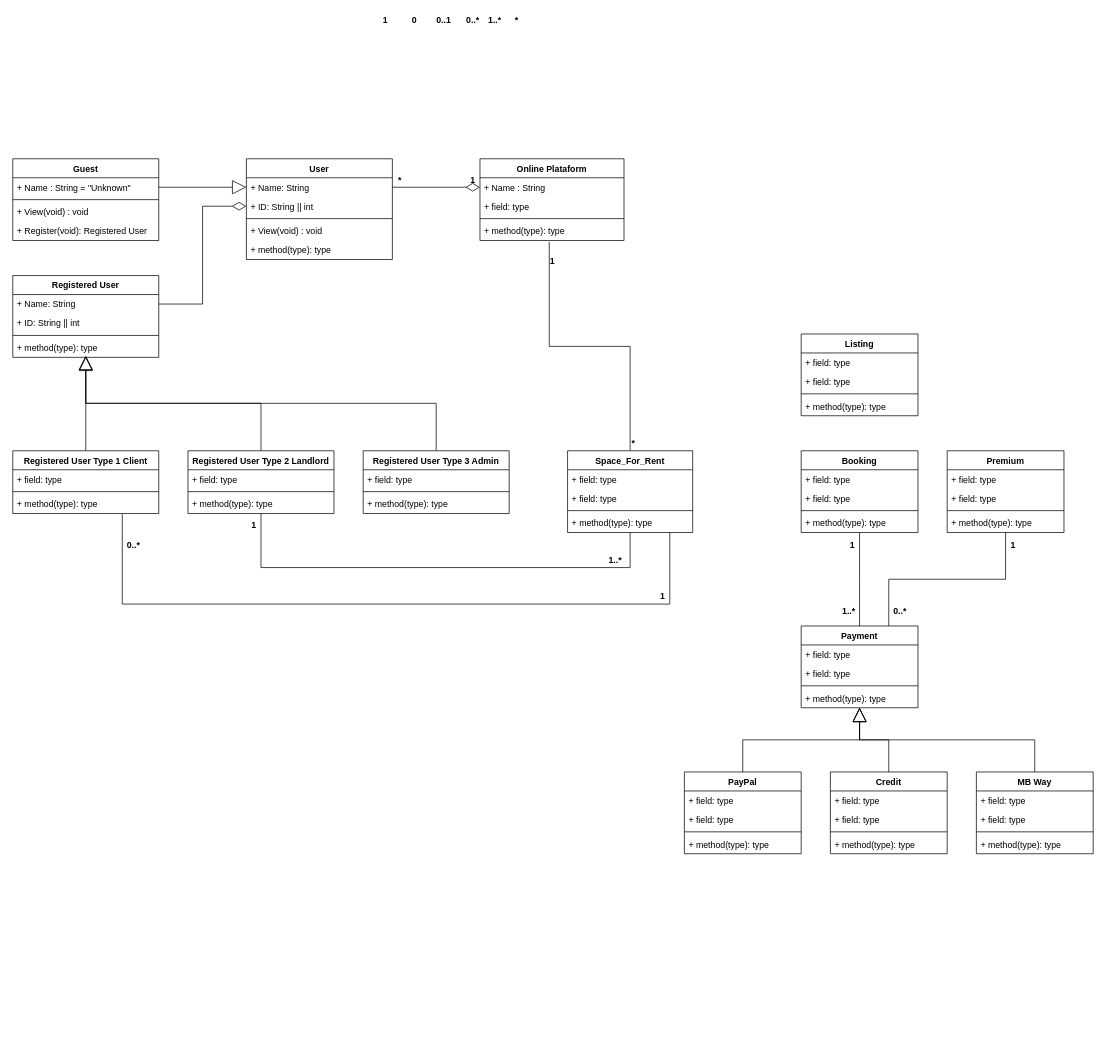
This is page "Class Diagram" (3 of 3) of documentation/elaboration/models - Copy.drawio from DavidAraujo98/CoworkClub, a draw.io file, before an edit. Source tidied: cells renumbered, new cells numbered last; positions are measured from the earlier drawing's top-left corner, leaving out a move shared by most shapes. Both pictures are drawn from the tidied source at 73%, with x=0, y=0 at pixel (12, 12).
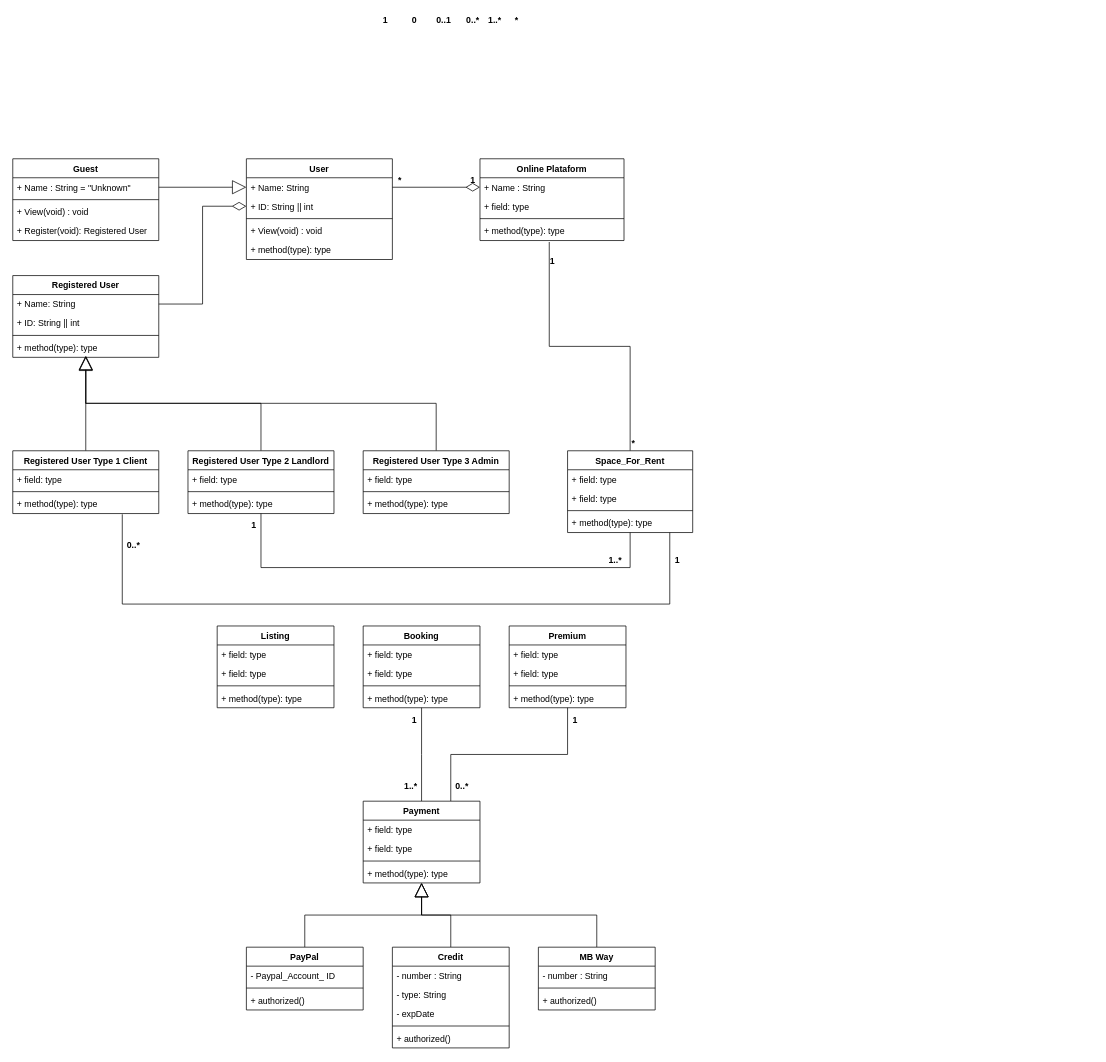
The same diagram, later.

Diff of the diagram source:
```diff
@@
     <mxCell id="48" value="Payment" style="swimlane;fontStyle=1;align=center;verticalAlign=top;horizontal=1;startSize=26;" parent="1" vertex="1">
-      <mxGeometry x="1080" y="840" width="160" height="112" as="geometry" />
+      <mxGeometry x="480" y="1080" width="160" height="112" as="geometry" />
     </mxCell>
@@
     <mxCell id="69" value="&lt;b&gt;1&lt;/b&gt;" style="text;html=1;align=center;verticalAlign=middle;fillColor=none;strokeColor=none;rounded=0;" parent="1" vertex="1">
-      <mxGeometry x="880" y="790" width="20" height="20" as="geometry" />
+      <mxGeometry x="900" y="740" width="20" height="20" as="geometry" />
     </mxCell>
@@
     <mxCell id="71" value="Premium" style="swimlane;fontStyle=1;align=center;verticalAlign=top;horizontal=1;startSize=26;" parent="1" vertex="1">
-      <mxGeometry x="1280" y="600" width="160" height="112" as="geometry" />
+      <mxGeometry x="680" y="840" width="160" height="112" as="geometry" />
     </mxCell>
@@
     <mxCell id="76" value="Booking" style="swimlane;fontStyle=1;align=center;verticalAlign=top;horizontal=1;startSize=26;" parent="1" vertex="1">
-      <mxGeometry x="1080" y="600" width="160" height="112" as="geometry" />
+      <mxGeometry x="480" y="840" width="160" height="112" as="geometry" />
     </mxCell>
@@
     <mxCell id="81" value="&lt;b&gt;1&lt;/b&gt;" style="text;html=1;align=center;verticalAlign=middle;fillColor=none;strokeColor=none;rounded=0;" parent="1" vertex="1">
-      <mxGeometry x="1140" y="720" width="20" height="20" as="geometry" />
+      <mxGeometry x="540" y="960" width="20" height="20" as="geometry" />
     </mxCell>
     <mxCell id="82" value="&lt;b&gt;1..*&lt;/b&gt;" style="text;html=1;align=center;verticalAlign=middle;fillColor=none;strokeColor=none;rounded=0;" parent="1" vertex="1">
-      <mxGeometry x="1130" y="810" width="30" height="20" as="geometry" />
+      <mxGeometry x="530" y="1050" width="30" height="20" as="geometry" />
     </mxCell>
     <mxCell id="83" value="&lt;b&gt;1&lt;/b&gt;" style="text;html=1;align=center;verticalAlign=middle;fillColor=none;strokeColor=none;rounded=0;" parent="1" vertex="1">
-      <mxGeometry x="1360" y="720" width="20" height="20" as="geometry" />
+      <mxGeometry x="760" y="960" width="20" height="20" as="geometry" />
     </mxCell>
     <mxCell id="84" value="&lt;b&gt;0..*&lt;/b&gt;" style="text;html=1;align=center;verticalAlign=middle;fillColor=none;strokeColor=none;rounded=0;" parent="1" vertex="1">
-      <mxGeometry x="1200" y="810" width="30" height="20" as="geometry" />
+      <mxGeometry x="600" y="1050" width="30" height="20" as="geometry" />
     </mxCell>
@@
     <mxCell id="86" value="PayPal" style="swimlane;fontStyle=1;align=center;verticalAlign=top;horizontal=1;startSize=26;" parent="1" vertex="1">
-      <mxGeometry x="920" y="1040" width="160" height="112" as="geometry" />
+      <mxGeometry x="320" y="1280" width="160" height="86" as="geometry" />
     </mxCell>
-    <mxCell id="87" value="+ field: type" style="text;strokeColor=none;fillColor=none;align=left;verticalAlign=top;spacingLeft=4;spacingRight=4;overflow=hidden;" parent="86" vertex="1">
-      <mxGeometry y="26" width="160" height="26" as="geometry" />
-    </mxCell>
-    <mxCell id="88" value="+ field: type" style="text;strokeColor=none;fillColor=none;align=left;verticalAlign=top;spacingLeft=4;spacingRight=4;overflow=hidden;" parent="86" vertex="1">
-      <mxGeometry y="52" width="160" height="26" as="geometry" />
+    <mxCell id="88" value="- Paypal_Account_ ID" style="text;strokeColor=none;fillColor=none;align=left;verticalAlign=top;spacingLeft=4;spacingRight=4;overflow=hidden;" parent="86" vertex="1">
+      <mxGeometry y="26" width="160" height="26" as="geometry" />
     </mxCell>
     <mxCell id="89" style="line;strokeWidth=1;fillColor=none;align=left;verticalAlign=middle;spacingTop=-1;spacingLeft=3;spacingRight=3;labelPosition=right;" parent="86" vertex="1">
-      <mxGeometry y="78" width="160" height="8" as="geometry" />
+      <mxGeometry y="52" width="160" height="8" as="geometry" />
     </mxCell>
-    <mxCell id="90" value="+ method(type): type" style="text;strokeColor=none;fillColor=none;align=left;verticalAlign=top;spacingLeft=4;spacingRight=4;overflow=hidden;" parent="86" vertex="1">
-      <mxGeometry y="86" width="160" height="26" as="geometry" />
+    <mxCell id="90" value="+ authorized()" style="text;strokeColor=none;fillColor=none;align=left;verticalAlign=top;spacingLeft=4;spacingRight=4;overflow=hidden;" parent="86" vertex="1">
+      <mxGeometry y="60" width="160" height="26" as="geometry" />
     </mxCell>
@@
     <mxCell id="92" value="Credit" style="swimlane;fontStyle=1;align=center;verticalAlign=top;horizontal=1;startSize=26;" parent="1" vertex="1">
-      <mxGeometry x="1120" y="1040" width="160" height="112" as="geometry" />
+      <mxGeometry x="520" y="1280" width="160" height="138" as="geometry" />
     </mxCell>
-    <mxCell id="93" value="+ field: type" style="text;strokeColor=none;fillColor=none;align=left;verticalAlign=top;spacingLeft=4;spacingRight=4;overflow=hidden;" parent="92" vertex="1">
+    <mxCell id="93" value="- number : String" style="text;strokeColor=none;fillColor=none;align=left;verticalAlign=top;spacingLeft=4;spacingRight=4;overflow=hidden;" parent="92" vertex="1">
       <mxGeometry y="26" width="160" height="26" as="geometry" />
     </mxCell>
-    <mxCell id="94" value="+ field: type" style="text;strokeColor=none;fillColor=none;align=left;verticalAlign=top;spacingLeft=4;spacingRight=4;overflow=hidden;" parent="92" vertex="1">
+    <mxCell id="94" value="- type: String" style="text;strokeColor=none;fillColor=none;align=left;verticalAlign=top;spacingLeft=4;spacingRight=4;overflow=hidden;" parent="92" vertex="1">
       <mxGeometry y="52" width="160" height="26" as="geometry" />
     </mxCell>
+    <mxCell id="108" value="- expDate" style="text;strokeColor=none;fillColor=none;align=left;verticalAlign=top;spacingLeft=4;spacingRight=4;overflow=hidden;" parent="92" vertex="1">
+      <mxGeometry y="78" width="160" height="26" as="geometry" />
+    </mxCell>
     <mxCell id="95" style="line;strokeWidth=1;fillColor=none;align=left;verticalAlign=middle;spacingTop=-1;spacingLeft=3;spacingRight=3;labelPosition=right;" parent="92" vertex="1">
-      <mxGeometry y="78" width="160" height="8" as="geometry" />
+      <mxGeometry y="104" width="160" height="8" as="geometry" />
     </mxCell>
-    <mxCell id="96" value="+ method(type): type" style="text;strokeColor=none;fillColor=none;align=left;verticalAlign=top;spacingLeft=4;spacingRight=4;overflow=hidden;" parent="92" vertex="1">
-      <mxGeometry y="86" width="160" height="26" as="geometry" />
+    <mxCell id="96" value="+ authorized()" style="text;strokeColor=none;fillColor=none;align=left;verticalAlign=top;spacingLeft=4;spacingRight=4;overflow=hidden;" parent="92" vertex="1">
+      <mxGeometry y="112" width="160" height="26" as="geometry" />
     </mxCell>
@@
     <mxCell id="98" value="MB Way" style="swimlane;fontStyle=1;align=center;verticalAlign=top;horizontal=1;startSize=26;" parent="1" vertex="1">
-      <mxGeometry x="1320" y="1040" width="160" height="112" as="geometry" />
+      <mxGeometry x="720" y="1280" width="160" height="86" as="geometry" />
     </mxCell>
-    <mxCell id="99" value="+ field: type" style="text;strokeColor=none;fillColor=none;align=left;verticalAlign=top;spacingLeft=4;spacingRight=4;overflow=hidden;" parent="98" vertex="1">
+    <mxCell id="99" value="- number : String" style="text;strokeColor=none;fillColor=none;align=left;verticalAlign=top;spacingLeft=4;spacingRight=4;overflow=hidden;" parent="98" vertex="1">
       <mxGeometry y="26" width="160" height="26" as="geometry" />
     </mxCell>
-    <mxCell id="100" value="+ field: type" style="text;strokeColor=none;fillColor=none;align=left;verticalAlign=top;spacingLeft=4;spacingRight=4;overflow=hidden;" parent="98" vertex="1">
-      <mxGeometry y="52" width="160" height="26" as="geometry" />
-    </mxCell>
     <mxCell id="101" style="line;strokeWidth=1;fillColor=none;align=left;verticalAlign=middle;spacingTop=-1;spacingLeft=3;spacingRight=3;labelPosition=right;" parent="98" vertex="1">
-      <mxGeometry y="78" width="160" height="8" as="geometry" />
+      <mxGeometry y="52" width="160" height="8" as="geometry" />
     </mxCell>
-    <mxCell id="102" value="+ method(type): type" style="text;strokeColor=none;fillColor=none;align=left;verticalAlign=top;spacingLeft=4;spacingRight=4;overflow=hidden;" parent="98" vertex="1">
-      <mxGeometry y="86" width="160" height="26" as="geometry" />
+    <mxCell id="102" value="+ authorized()" style="text;strokeColor=none;fillColor=none;align=left;verticalAlign=top;spacingLeft=4;spacingRight=4;overflow=hidden;" parent="98" vertex="1">
+      <mxGeometry y="60" width="160" height="26" as="geometry" />
     </mxCell>
     <mxCell id="103" value="Listing" style="swimlane;fontStyle=1;align=center;verticalAlign=top;horizontal=1;startSize=26;" parent="1" vertex="1">
-      <mxGeometry x="1080" y="440" width="160" height="112" as="geometry" />
+      <mxGeometry x="280" y="840" width="160" height="112" as="geometry" />
     </mxCell>
```
